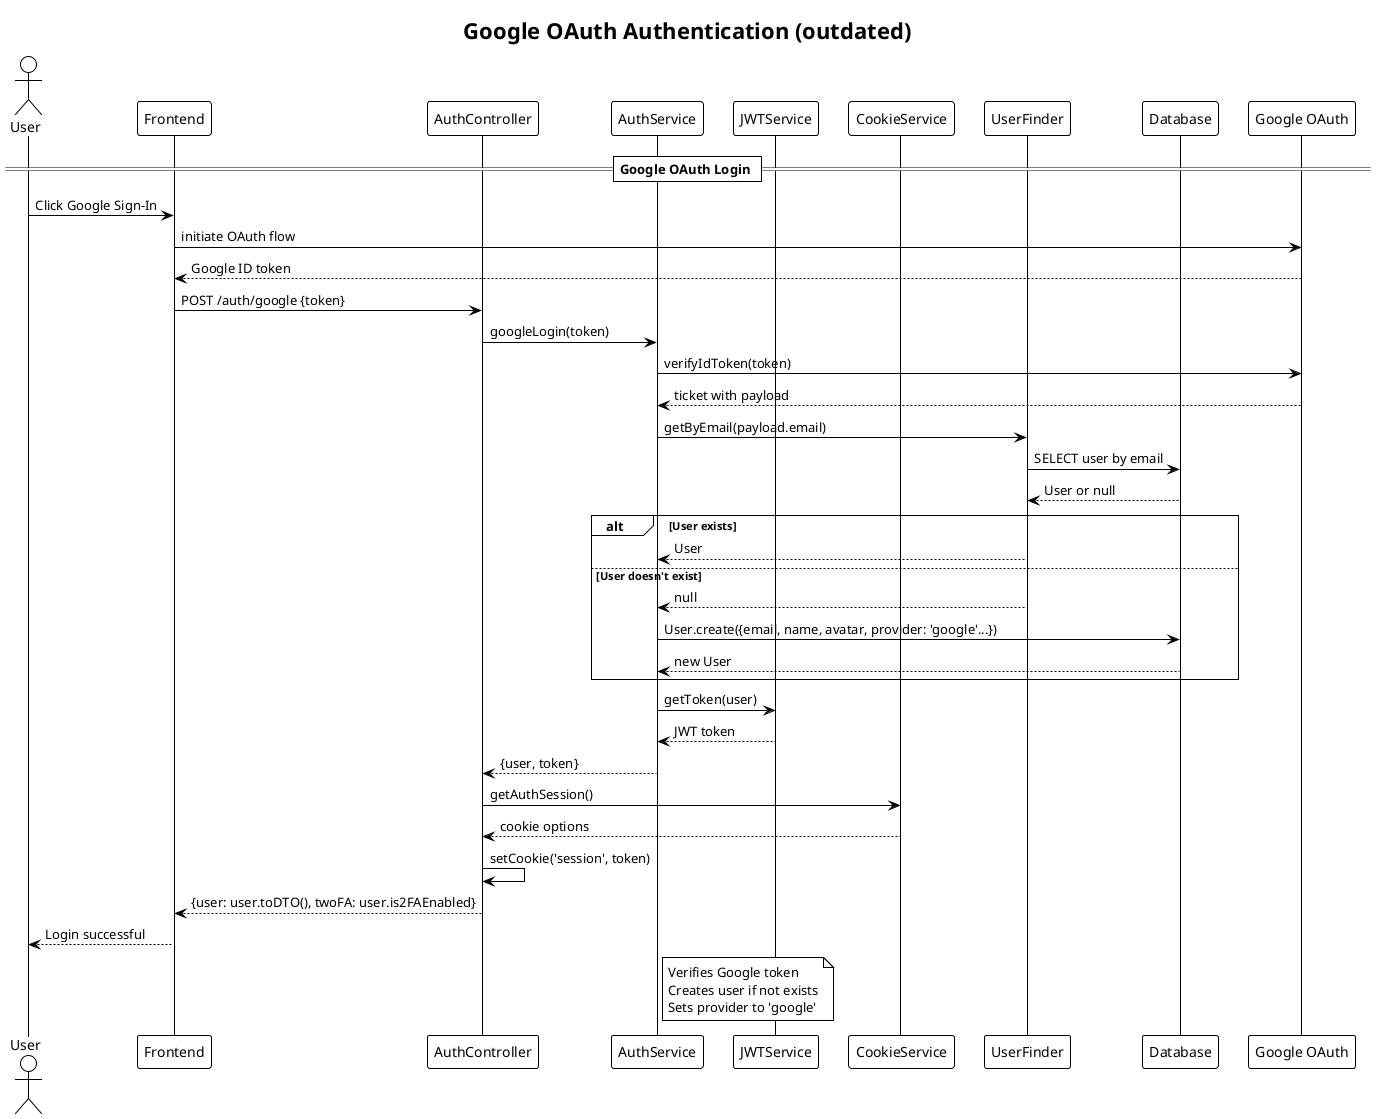
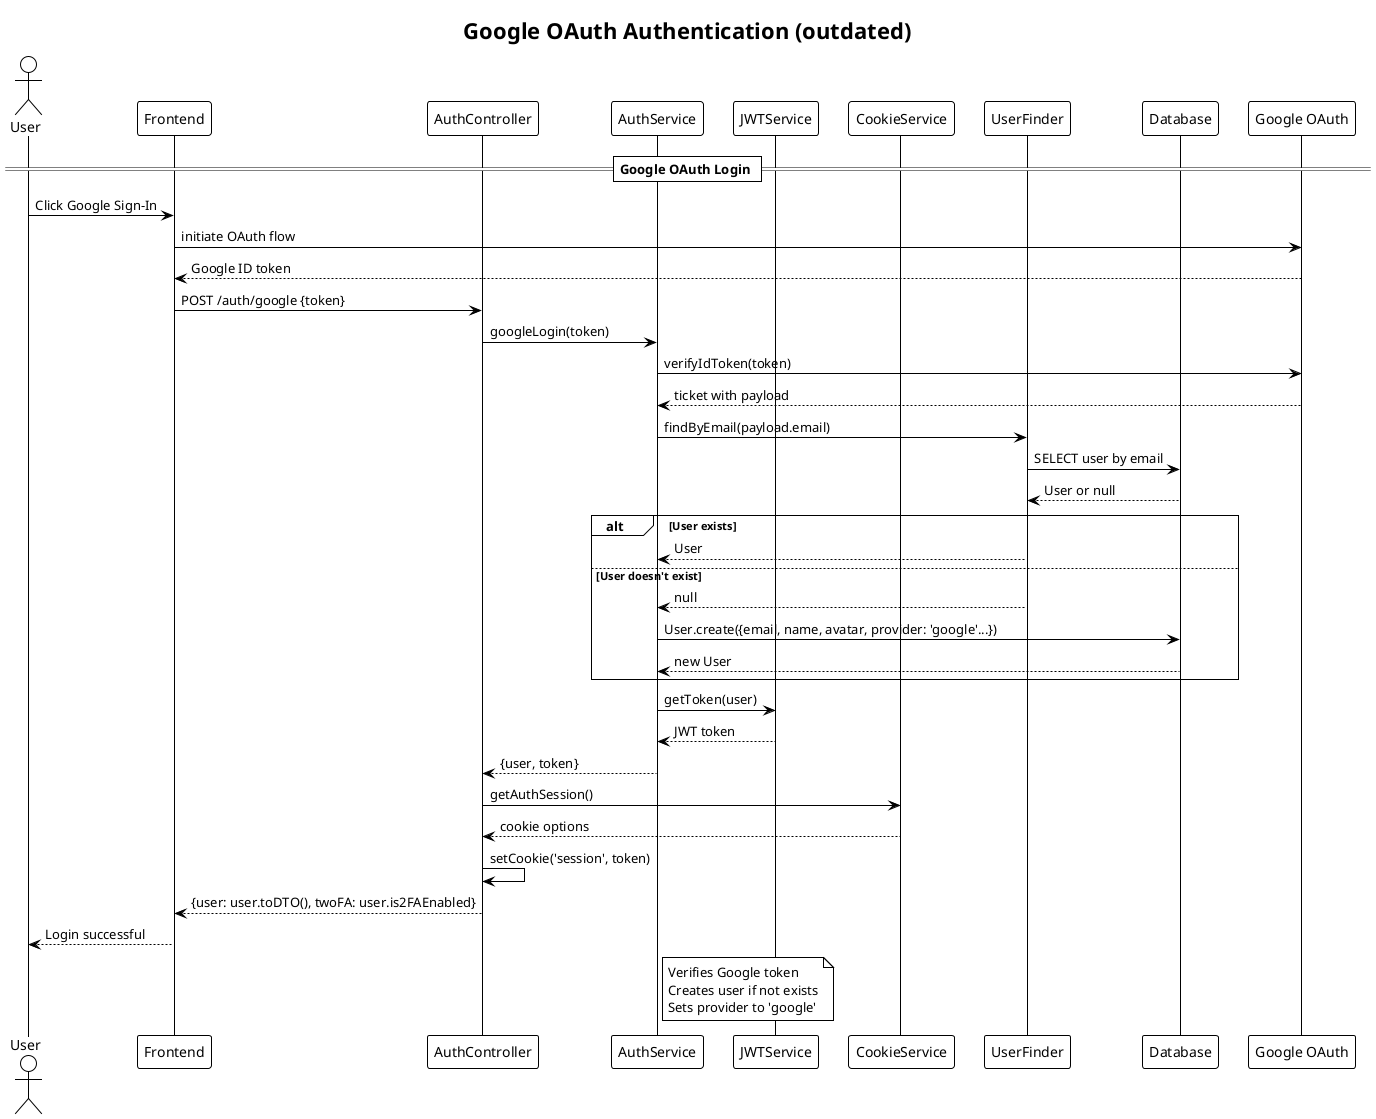
@startuml Google OAuth Login Flow
!theme plain
title Google OAuth Authentication (outdated)

actor User
participant "Frontend" as FE
participant "AuthController" as AC
participant "AuthService" as AS
participant "JWTService" as JWT
participant "CookieService" as CS
participant "UserFinder" as UF
participant "Database" as DB
participant "Google OAuth" as GOAuth

== Google OAuth Login ==
User -> FE: Click Google Sign-In
FE -> GOAuth: initiate OAuth flow
GOAuth --> FE: Google ID token
FE -> AC: POST /auth/google {token}
AC -> AS: googleLogin(token)
AS -> GOAuth: verifyIdToken(token)
GOAuth --> AS: ticket with payload
- AS -> UF: getByEmail(payload.email)
+ AS -> UF: findByEmail(payload.email)
UF -> DB: SELECT user by email
DB --> UF: User or null

alt User exists
    UF --> AS: User
else User doesn't exist
    UF --> AS: null
    AS -> DB: User.create({email, name, avatar, provider: 'google'...})
    DB --> AS: new User
end

AS -> JWT: getToken(user)
JWT --> AS: JWT token
AS --> AC: {user, token}
AC -> CS: getAuthSession()
CS --> AC: cookie options
AC -> AC: setCookie('session', token)
AC --> FE: {user: user.toDTO(), twoFA: user.is2FAEnabled}
FE --> User: Login successful

note right of AS: Verifies Google token\nCreates user if not exists\nSets provider to 'google'

@enduml
